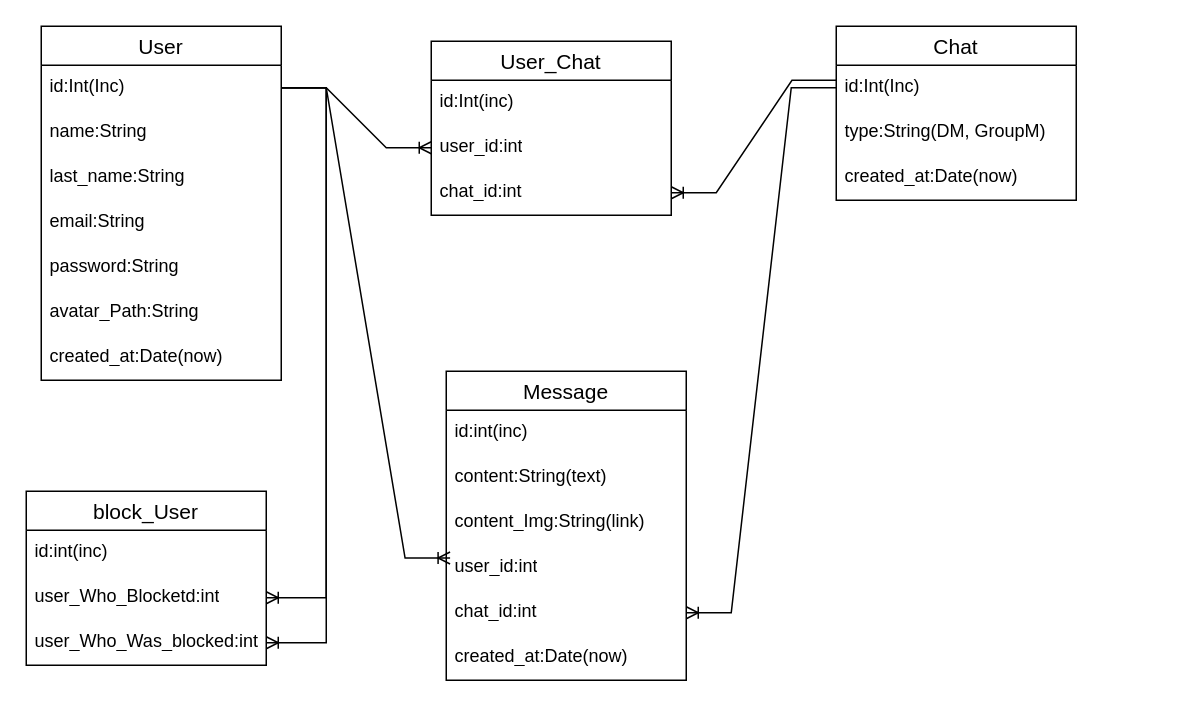
Earlier version of the draw.io diagram Диаграмма без названия.drawio (lam1to/TestChat). Source tidied: cells renumbered, new cells numbered last; positions are measured from the earlier drawing's top-left corner, leaving out a move shared by most shapes. Both pictures are drawn from the tidied source at 150%, with x=0, y=0 at pixel (-200, 26).
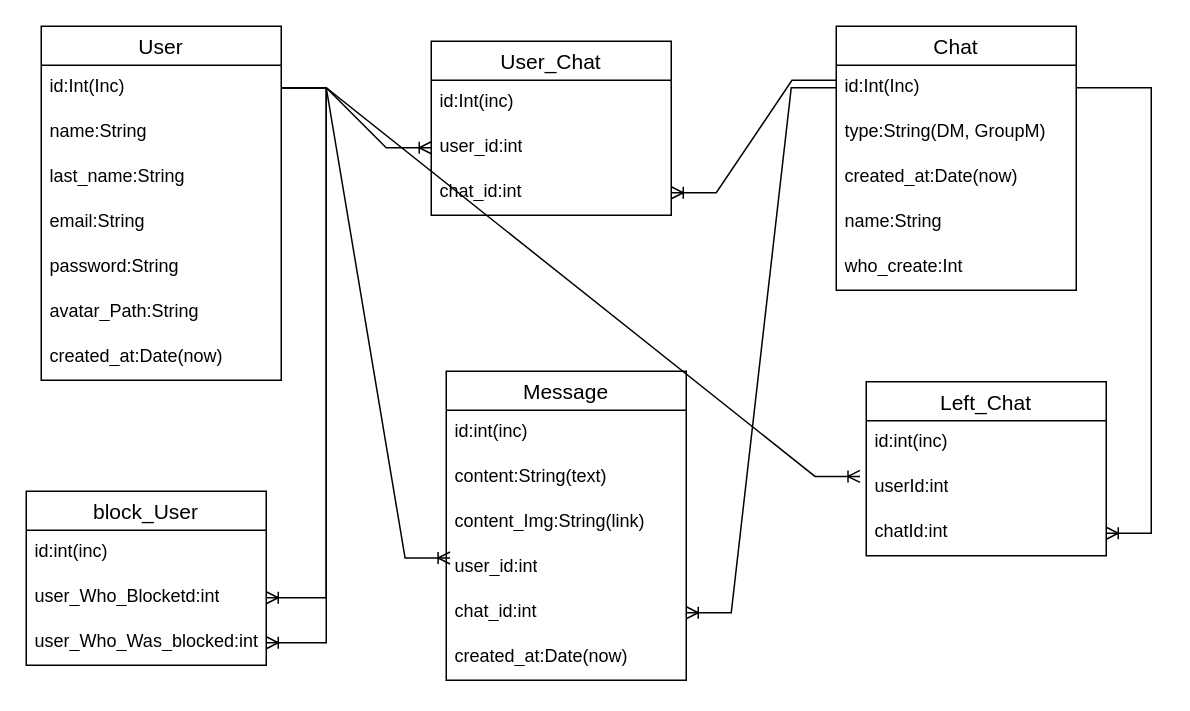
After the change.

The change refers to these unchanged cells:
```xml
<mxCell id="3" value="id:Int(Inc)" style="text;strokeColor=none;fillColor=none;spacingLeft=4;spacingRight=4;overflow=hidden;points=[[0,0.5],[1,0.5]];portConstraint=eastwest;fontSize=12;whiteSpace=wrap;html=1;" parent="2" vertex="1">
  <mxGeometry y="26" width="160" height="30" as="geometry" />
</mxCell>
<mxCell id="11" value="id:Int(Inc)" style="text;strokeColor=none;fillColor=none;spacingLeft=4;spacingRight=4;overflow=hidden;points=[[0,0.5],[1,0.5]];portConstraint=eastwest;fontSize=12;whiteSpace=wrap;html=1;" parent="10" vertex="1">
  <mxGeometry y="26" width="160" height="30" as="geometry" />
</mxCell>
```

Change to the diagram source:
```diff
@@
     <mxCell id="10" value="Chat" style="swimlane;fontStyle=0;horizontal=1;startSize=26;align=center;fontSize=14;" parent="1" vertex="1">
-      <mxGeometry x="690" width="160" height="116" as="geometry" />
+      <mxGeometry x="690" width="160" height="176" as="geometry" />
     </mxCell>
@@
+    <mxCell id="35" value="name:String" style="text;strokeColor=none;fillColor=none;spacingLeft=4;spacingRight=4;overflow=hidden;fontSize=12;whiteSpace=wrap;html=1;" parent="10" vertex="1">
+      <mxGeometry y="116" width="160" height="30" as="geometry" />
+    </mxCell>
+    <mxCell id="36" value="who_create:Int" style="text;strokeColor=none;fillColor=none;spacingLeft=4;spacingRight=4;overflow=hidden;fontSize=12;whiteSpace=wrap;html=1;" parent="10" vertex="1">
+      <mxGeometry y="146" width="160" height="30" as="geometry" />
+    </mxCell>
@@
+    <mxCell id="37" value="Left_Chat" style="swimlane;fontStyle=0;horizontal=1;startSize=26;align=center;fontSize=14;" parent="1" vertex="1">
+      <mxGeometry x="710" y="237" width="160" height="116" as="geometry" />
+    </mxCell>
+    <mxCell id="38" value="id:int(inc)" style="text;strokeColor=none;fillColor=none;spacingLeft=4;spacingRight=4;overflow=hidden;fontSize=12;whiteSpace=wrap;html=1;" parent="37" vertex="1">
+      <mxGeometry y="26" width="160" height="30" as="geometry" />
+    </mxCell>
+    <mxCell id="39" value="userId:int" style="text;strokeColor=none;fillColor=none;spacingLeft=4;spacingRight=4;overflow=hidden;points=[[0,0.5],[1,0.5]];portConstraint=eastwest;fontSize=12;whiteSpace=wrap;html=1;" parent="37" vertex="1">
+      <mxGeometry y="56" width="160" height="30" as="geometry" />
+    </mxCell>
+    <mxCell id="40" value="chatId:int" style="text;strokeColor=none;fillColor=none;spacingLeft=4;spacingRight=4;overflow=hidden;points=[[0,0.5],[1,0.5]];portConstraint=eastwest;fontSize=12;whiteSpace=wrap;html=1;" parent="37" vertex="1">
+      <mxGeometry y="86" width="160" height="30" as="geometry" />
+    </mxCell>
+    <mxCell id="41" style="edgeStyle=entityRelationEdgeStyle;fontSize=12;html=1;endArrow=ERoneToMany;rounded=0;entryX=-0.026;entryY=0.237;entryDx=0;entryDy=0;entryPerimeter=0;" parent="1" edge="1" source="3" target="39">
+      <mxGeometry relative="1" as="geometry" />
+    </mxCell>
+    <mxCell id="42" style="edgeStyle=entityRelationEdgeStyle;fontSize=12;html=1;endArrow=ERoneToMany;rounded=0;exitX=1;exitY=0.5;exitDx=0;exitDy=0;" parent="1" edge="1" source="11" target="40">
+      <mxGeometry relative="1" as="geometry" />
+    </mxCell>
```
